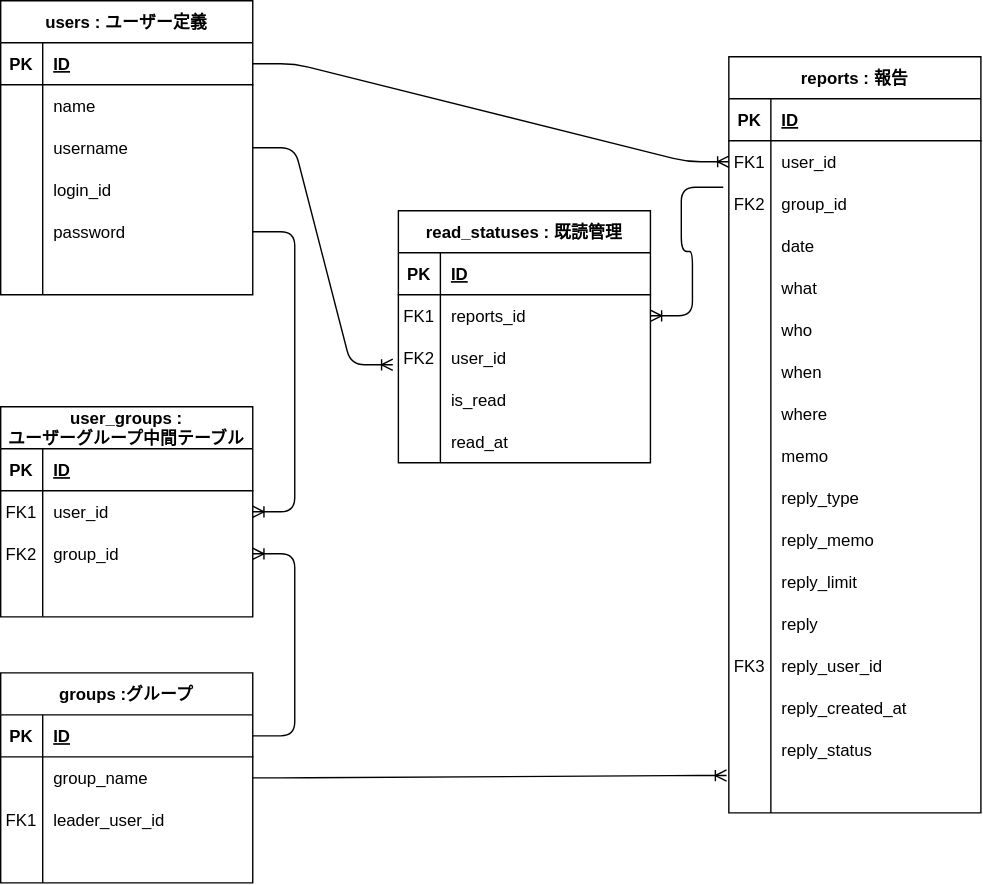
shigetaaa/hourensou-app keeps this draw.io diagram as documents/Design_documents/design_compornents/ER.drawio.svg. Above is the earlier version. Source tidied: cells renumbered, new cells last; positions are measured from the earlier drawing's top-left corner, leaving out a move shared by most shapes.
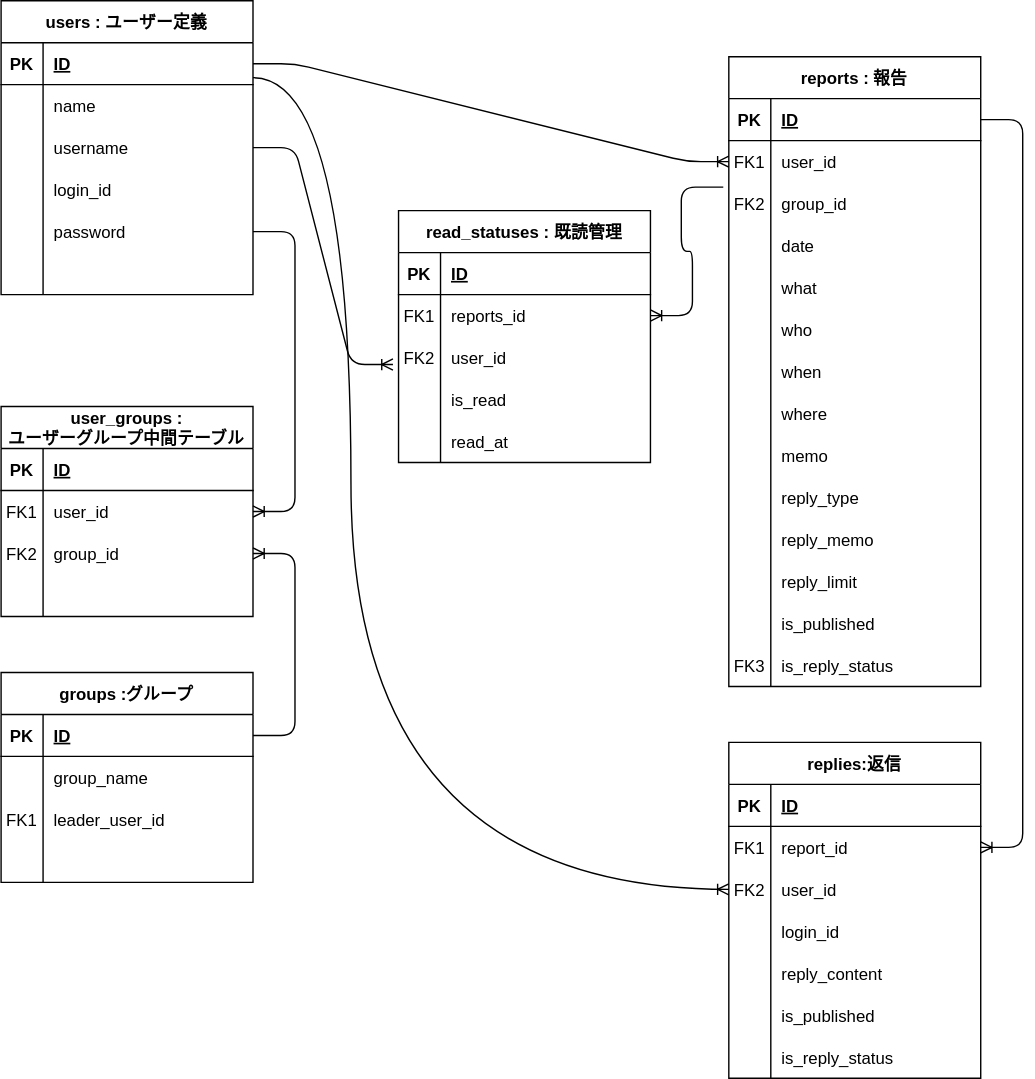
Above is the later version.

The edit, as a diff of the source:
```diff
@@ -138,7 +138,7 @@
       <mxGeometry x="30" width="150" height="30" as="geometry" />
     </mxCell>
     <mxCell id="47" value="reports : 報告" style="shape=table;startSize=30;rowLines=0;fontStyle=1;align=center;" parent="1" vertex="1">
-      <mxGeometry x="520" y="40" width="180" height="540" as="geometry" />
+      <mxGeometry x="520" y="40" width="180" height="450" as="geometry" />
     </mxCell>
     <mxCell id="48" style="shape=tableRow;horizontal=0;startSize=0;swimlaneHead=0;swimlaneBody=0;fillColor=none;points=[[0,0.5],[1,0.5]];portConstraint=eastwest;top=0;left=0;right=0;bottom=1;" parent="47" vertex="1">
       <mxGeometry y="30" width="180" height="30" as="geometry" />
@@ -254,7 +254,7 @@
     <mxCell id="85" style="shape=partialRectangle;fillColor=none;top=0;left=0;bottom=0;right=0;overflow=hidden;" parent="84" vertex="1">
       <mxGeometry width="30" height="30" as="geometry" />
     </mxCell>
-    <mxCell id="86" value="reply" style="shape=partialRectangle;fillColor=none;top=0;left=0;bottom=0;right=0;align=left;spacingLeft=6;overflow=hidden;" parent="84" vertex="1">
+    <mxCell id="86" value="is_published" style="shape=partialRectangle;fillColor=none;top=0;left=0;bottom=0;right=0;align=left;spacingLeft=6;overflow=hidden;" parent="84" vertex="1">
       <mxGeometry x="30" width="150" height="30" as="geometry" />
     </mxCell>
     <mxCell id="87" style="shape=tableRow;horizontal=0;startSize=0;swimlaneHead=0;swimlaneBody=0;fillColor=none;top=0;left=0;right=0;bottom=0;" parent="47" vertex="1">
@@ -263,36 +263,9 @@
     <mxCell id="88" value="FK3" style="shape=partialRectangle;fillColor=none;top=0;left=0;bottom=0;right=0;overflow=hidden;" parent="87" vertex="1">
       <mxGeometry width="30" height="30" as="geometry" />
     </mxCell>
-    <mxCell id="89" value="reply_user_id" style="shape=partialRectangle;fillColor=none;top=0;left=0;bottom=0;right=0;align=left;spacingLeft=6;overflow=hidden;" parent="87" vertex="1">
+    <mxCell id="89" value="is_reply_status" style="shape=partialRectangle;fillColor=none;top=0;left=0;bottom=0;right=0;align=left;spacingLeft=6;overflow=hidden;" parent="87" vertex="1">
       <mxGeometry x="30" width="150" height="30" as="geometry" />
     </mxCell>
-    <mxCell id="90" style="shape=tableRow;horizontal=0;startSize=0;swimlaneHead=0;swimlaneBody=0;fillColor=none;top=0;left=0;right=0;bottom=0;" parent="47" vertex="1">
-      <mxGeometry y="450" width="180" height="30" as="geometry" />
-    </mxCell>
-    <mxCell id="91" style="shape=partialRectangle;fillColor=none;top=0;left=0;bottom=0;right=0;overflow=hidden;" parent="90" vertex="1">
-      <mxGeometry width="30" height="30" as="geometry" />
-    </mxCell>
-    <mxCell id="92" value="reply_created_at" style="shape=partialRectangle;fillColor=none;top=0;left=0;bottom=0;right=0;align=left;spacingLeft=6;overflow=hidden;" parent="90" vertex="1">
-      <mxGeometry x="30" width="150" height="30" as="geometry" />
-    </mxCell>
-    <mxCell id="93" style="shape=tableRow;horizontal=0;startSize=0;swimlaneHead=0;swimlaneBody=0;fillColor=none;top=0;left=0;right=0;bottom=0;" parent="47" vertex="1">
-      <mxGeometry y="480" width="180" height="30" as="geometry" />
-    </mxCell>
-    <mxCell id="94" style="shape=partialRectangle;fillColor=none;top=0;left=0;bottom=0;right=0;overflow=hidden;" parent="93" vertex="1">
-      <mxGeometry width="30" height="30" as="geometry" />
-    </mxCell>
-    <mxCell id="95" value="reply_status" style="shape=partialRectangle;fillColor=none;top=0;left=0;bottom=0;right=0;align=left;spacingLeft=6;overflow=hidden;" parent="93" vertex="1">
-      <mxGeometry x="30" width="150" height="30" as="geometry" />
-    </mxCell>
-    <mxCell id="96" style="shape=tableRow;horizontal=0;startSize=0;swimlaneHead=0;swimlaneBody=0;fillColor=none;points=[[0,0.5],[1,0.5]];portConstraint=eastwest;top=0;left=0;right=0;bottom=0;" parent="47" vertex="1">
-      <mxGeometry y="510" width="180" height="30" as="geometry" />
-    </mxCell>
-    <mxCell id="97" style="shape=partialRectangle;fillColor=none;top=0;left=0;bottom=0;right=0;overflow=hidden;" parent="96" vertex="1">
-      <mxGeometry width="30" height="30" as="geometry" />
-    </mxCell>
-    <mxCell id="98" style="shape=partialRectangle;fillColor=none;top=0;left=0;bottom=0;right=0;align=left;spacingLeft=6;overflow=hidden;" parent="96" vertex="1">
-      <mxGeometry x="30" width="150" height="30" as="geometry" />
-    </mxCell>
     <mxCell id="99" value="read_statuses : 既読管理" style="shape=table;startSize=30;rowLines=0;fontStyle=1;align=center;" parent="1" vertex="1">
       <mxGeometry x="284" y="150" width="180" height="180" as="geometry" />
     </mxCell>
@@ -352,14 +325,89 @@
         <mxPoint x="280" y="260" as="targetPoint" />
       </mxGeometry>
     </mxCell>
-    <mxCell id="118" style="edgeStyle=entityRelationEdgeStyle;fontSize=12;html=1;endArrow=ERoneToMany;exitX=1;exitY=0.5;exitDx=0;exitDy=0;entryX=-0.009;entryY=0.111;entryDx=0;entryDy=0;entryPerimeter=0;" parent="1" edge="1" source="38" target="96">
-      <mxGeometry relative="1" as="geometry" />
-    </mxCell>
     <mxCell id="119" style="edgeStyle=entityRelationEdgeStyle;fontSize=12;html=1;endArrow=ERoneToMany;exitX=1;exitY=0.5;exitDx=0;exitDy=0;entryX=0;entryY=0.5;entryDx=0;entryDy=0;" parent="1" edge="1" source="3" target="51">
       <mxGeometry relative="1" as="geometry" />
     </mxCell>
     <mxCell id="120" style="edgeStyle=entityRelationEdgeStyle;fontSize=12;html=1;endArrow=ERoneToMany;exitX=-0.022;exitY=0.107;exitDx=0;exitDy=0;entryX=1;entryY=0.5;entryDx=0;entryDy=0;exitPerimeter=0;" parent="1" edge="1" source="54" target="103">
       <mxGeometry relative="1" as="geometry" />
     </mxCell>
+    <mxCell id="121" value=" replies:返信" style="shape=table;startSize=30;rowLines=0;fontStyle=1;align=center;" parent="1" vertex="1">
+      <mxGeometry x="520" y="530" width="180" height="240" as="geometry" />
+    </mxCell>
+    <mxCell id="122" style="shape=tableRow;horizontal=0;startSize=0;swimlaneHead=0;swimlaneBody=0;fillColor=none;top=0;left=0;right=0;bottom=1;" parent="121" vertex="1">
+      <mxGeometry y="30" width="180" height="30" as="geometry" />
+    </mxCell>
+    <mxCell id="123" value="PK" style="shape=partialRectangle;fillColor=none;top=0;left=0;bottom=0;right=0;fontStyle=1;overflow=hidden;" parent="122" vertex="1">
+      <mxGeometry width="30" height="30" as="geometry" />
+    </mxCell>
+    <mxCell id="124" value="ID" style="shape=partialRectangle;fillColor=none;top=0;left=0;bottom=0;right=0;align=left;spacingLeft=6;fontStyle=5;overflow=hidden;" parent="122" vertex="1">
+      <mxGeometry x="30" width="150" height="30" as="geometry" />
+    </mxCell>
+    <mxCell id="125" style="shape=tableRow;horizontal=0;startSize=0;swimlaneHead=0;swimlaneBody=0;fillColor=none;points=[[0,0.5],[1,0.5]];portConstraint=eastwest;top=0;left=0;right=0;bottom=0;" parent="121" vertex="1">
+      <mxGeometry y="60" width="180" height="30" as="geometry" />
+    </mxCell>
+    <mxCell id="126" value="FK1" style="shape=partialRectangle;fillColor=none;top=0;left=0;bottom=0;right=0;overflow=hidden;" parent="125" vertex="1">
+      <mxGeometry width="30" height="30" as="geometry" />
+    </mxCell>
+    <mxCell id="127" value="report_id" style="shape=partialRectangle;fillColor=none;top=0;left=0;bottom=0;right=0;align=left;spacingLeft=6;overflow=hidden;" parent="125" vertex="1">
+      <mxGeometry x="30" width="150" height="30" as="geometry" />
+    </mxCell>
+    <mxCell id="128" style="shape=tableRow;horizontal=0;startSize=0;swimlaneHead=0;swimlaneBody=0;fillColor=none;points=[[0,0.5],[1,0.5]];portConstraint=eastwest;top=0;left=0;right=0;bottom=0;" parent="121" vertex="1">
+      <mxGeometry y="90" width="180" height="30" as="geometry" />
+    </mxCell>
+    <mxCell id="129" value="FK2" style="shape=partialRectangle;fillColor=none;top=0;left=0;bottom=0;right=0;overflow=hidden;" parent="128" vertex="1">
+      <mxGeometry width="30" height="30" as="geometry" />
+    </mxCell>
+    <mxCell id="130" value="user_id" style="shape=partialRectangle;fillColor=none;top=0;left=0;bottom=0;right=0;align=left;spacingLeft=6;overflow=hidden;" parent="128" vertex="1">
+      <mxGeometry x="30" width="150" height="30" as="geometry" />
+    </mxCell>
+    <mxCell id="131" style="shape=tableRow;horizontal=0;startSize=0;swimlaneHead=0;swimlaneBody=0;fillColor=none;top=0;left=0;right=0;bottom=0;" parent="121" vertex="1">
+      <mxGeometry y="120" width="180" height="30" as="geometry" />
+    </mxCell>
+    <mxCell id="132" style="shape=partialRectangle;fillColor=none;top=0;left=0;bottom=0;right=0;overflow=hidden;" parent="131" vertex="1">
+      <mxGeometry width="30" height="30" as="geometry" />
+    </mxCell>
+    <mxCell id="133" value="login_id" style="shape=partialRectangle;fillColor=none;top=0;left=0;bottom=0;right=0;align=left;spacingLeft=6;overflow=hidden;" parent="131" vertex="1">
+      <mxGeometry x="30" width="150" height="30" as="geometry" />
+    </mxCell>
+    <mxCell id="134" style="shape=tableRow;horizontal=0;startSize=0;swimlaneHead=0;swimlaneBody=0;fillColor=none;top=0;left=0;right=0;bottom=0;" parent="121" vertex="1">
+      <mxGeometry y="150" width="180" height="30" as="geometry" />
+    </mxCell>
+    <mxCell id="135" style="shape=partialRectangle;fillColor=none;top=0;left=0;bottom=0;right=0;overflow=hidden;" parent="134" vertex="1">
+      <mxGeometry width="30" height="30" as="geometry" />
+    </mxCell>
+    <mxCell id="136" value="reply_content" style="shape=partialRectangle;fillColor=none;top=0;left=0;bottom=0;right=0;align=left;spacingLeft=6;overflow=hidden;" parent="134" vertex="1">
+      <mxGeometry x="30" width="150" height="30" as="geometry" />
+    </mxCell>
+    <mxCell id="137" style="shape=tableRow;horizontal=0;startSize=0;swimlaneHead=0;swimlaneBody=0;fillColor=none;top=0;left=0;right=0;bottom=0;" parent="121" vertex="1">
+      <mxGeometry y="180" width="180" height="30" as="geometry" />
+    </mxCell>
+    <mxCell id="138" style="shape=partialRectangle;fillColor=none;top=0;left=0;bottom=0;right=0;overflow=hidden;" parent="137" vertex="1">
+      <mxGeometry width="30" height="30" as="geometry" />
+    </mxCell>
+    <mxCell id="139" value="is_published" style="shape=partialRectangle;fillColor=none;top=0;left=0;bottom=0;right=0;align=left;spacingLeft=6;overflow=hidden;" parent="137" vertex="1">
+      <mxGeometry x="30" width="150" height="30" as="geometry" />
+    </mxCell>
+    <mxCell id="140" style="shape=tableRow;horizontal=0;startSize=0;swimlaneHead=0;swimlaneBody=0;fillColor=none;top=0;left=0;right=0;bottom=0;" parent="121" vertex="1">
+      <mxGeometry y="210" width="180" height="30" as="geometry" />
+    </mxCell>
+    <mxCell id="141" style="shape=partialRectangle;fillColor=none;top=0;left=0;bottom=0;right=0;overflow=hidden;" parent="140" vertex="1">
+      <mxGeometry width="30" height="30" as="geometry" />
+    </mxCell>
+    <mxCell id="142" value="is_reply_status" style="shape=partialRectangle;fillColor=none;top=0;left=0;bottom=0;right=0;align=left;spacingLeft=6;overflow=hidden;" parent="140" vertex="1">
+      <mxGeometry x="30" width="150" height="30" as="geometry" />
+    </mxCell>
+    <mxCell id="143" style="edgeStyle=orthogonalEdgeStyle;fontSize=12;html=1;endArrow=ERoneToMany;exitX=1;exitY=0.5;exitDx=0;exitDy=0;entryX=0;entryY=0.5;entryDx=0;entryDy=0;elbow=vertical;curved=1;endFill=0;" parent="1" edge="1" target="128">
+      <mxGeometry relative="1" as="geometry">
+        <mxPoint x="180" y="55" as="sourcePoint" />
+        <Array as="points">
+          <mxPoint x="250" y="55" />
+          <mxPoint x="250" y="635" />
+        </Array>
+      </mxGeometry>
+    </mxCell>
+    <mxCell id="144" style="edgeStyle=entityRelationEdgeStyle;fontSize=12;html=1;endArrow=ERoneToMany;exitX=1;exitY=0.5;exitDx=0;exitDy=0;entryX=1;entryY=0.5;entryDx=0;entryDy=0;endFill=0;" parent="1" edge="1" source="48" target="125">
+      <mxGeometry relative="1" as="geometry" />
+    </mxCell>
   </root>
 </mxGraphModel>
```
